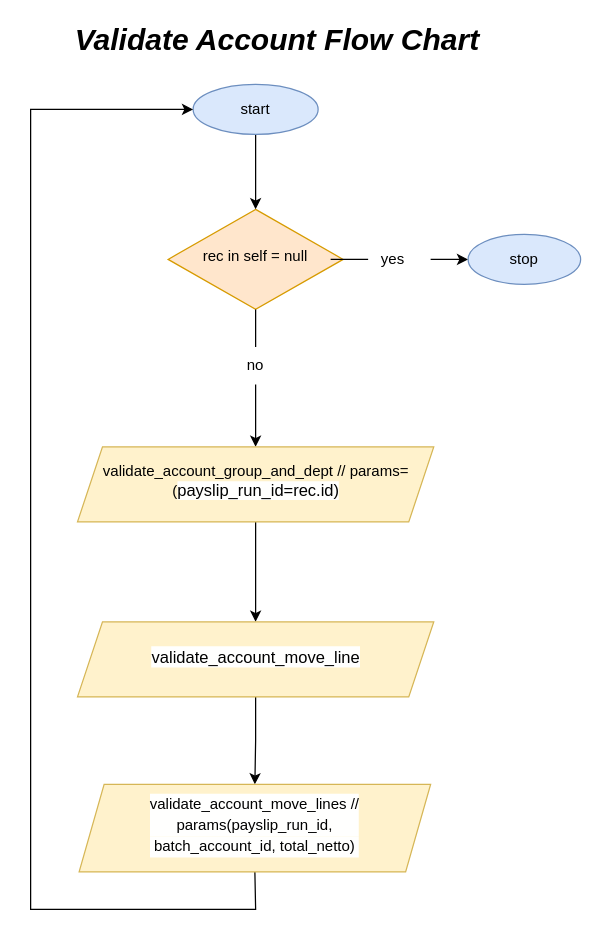
Earlier version of the draw.io diagram Untitled Diagram.drawio (jezreelkosasih/diagram). Source tidied: cells renumbered, new cells numbered last; positions are measured from the earlier drawing's top-left corner, leaving out a move shared by most shapes. Both pictures are drawn from the tidied source at 125%, with x=0, y=0 at pixel (30, 21).
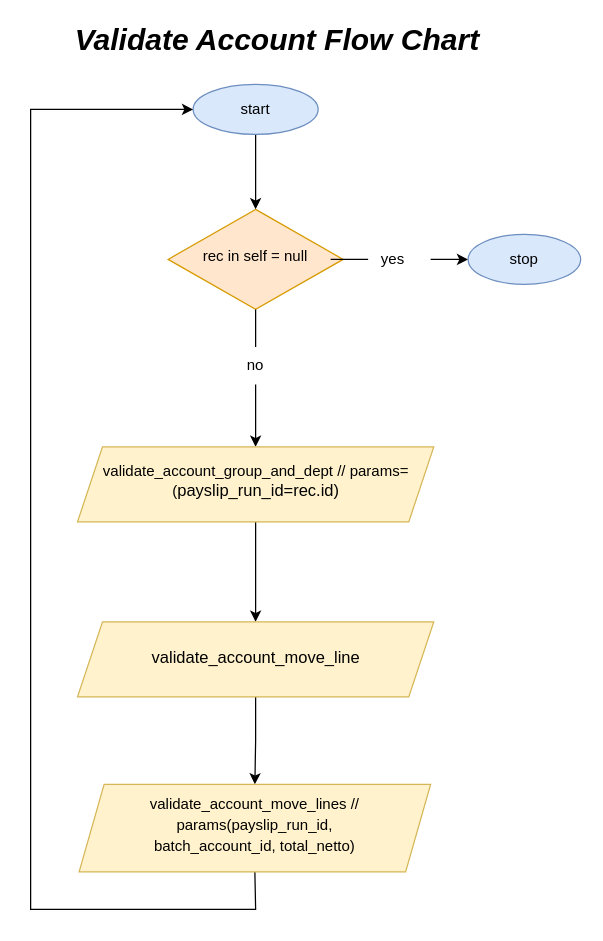
The same page after the edit.

The edit, as a diff of the source:
```diff
@@
-    <mxCell id="8" value="validate_account_group_and_dept // params=(&lt;span style=&quot;background-color: rgb(255, 255, 254); font-size: 13.2px;&quot;&gt;payslip_run_id=rec.id&lt;/span&gt;&lt;span style=&quot;background-color: rgb(255, 255, 254); font-size: 13.2px;&quot;&gt;)&lt;/span&gt;" style="shape=parallelogram;perimeter=parallelogramPerimeter;whiteSpace=wrap;html=1;fixedSize=1;shadow=0;strokeWidth=1;spacing=6;spacingTop=-4;fillColor=#fff2cc;strokeColor=#d6b656;" parent="1" vertex="1">
+    <mxCell id="8" value="validate_account_group_and_dept // params=(&lt;span style=&quot;font-size: 13.2px;&quot;&gt;payslip_run_id=rec.id&lt;/span&gt;&lt;span style=&quot;font-size: 13.2px;&quot;&gt;)&lt;/span&gt;" style="shape=parallelogram;perimeter=parallelogramPerimeter;whiteSpace=wrap;html=1;fixedSize=1;shadow=0;strokeWidth=1;spacing=6;spacingTop=-4;fillColor=#fff2cc;strokeColor=#d6b656;" parent="1" vertex="1">
       <mxGeometry x="37.5" y="340" width="285" height="60" as="geometry" />
     </mxCell>
@@
-    <mxCell id="15" value="&lt;div style=&quot;background-color: rgb(255, 255, 254); font-size: 13.2px; line-height: 17px;&quot;&gt;validate_account_move_line&lt;/div&gt;" style="shape=parallelogram;perimeter=parallelogramPerimeter;whiteSpace=wrap;html=1;fixedSize=1;shadow=0;strokeWidth=1;spacing=6;spacingTop=-4;fillColor=#fff2cc;strokeColor=#d6b656;" parent="1" vertex="1">
+    <mxCell id="15" value="&lt;div style=&quot;font-size: 13.2px; line-height: 17px;&quot;&gt;validate_account_move_line&lt;/div&gt;" style="shape=parallelogram;perimeter=parallelogramPerimeter;whiteSpace=wrap;html=1;fixedSize=1;shadow=0;strokeWidth=1;spacing=6;spacingTop=-4;fillColor=#fff2cc;strokeColor=#d6b656;" parent="1" vertex="1">
       <mxGeometry x="37.5" y="480" width="285" height="60" as="geometry" />
     </mxCell>
@@
-    <mxCell id="18" value="&lt;div style=&quot;background-color: rgb(255, 255, 254); line-height: 17px;&quot;&gt;&lt;font style=&quot;font-size: 12px;&quot;&gt;validate_account_move_lines //&lt;/font&gt;&lt;/div&gt;&lt;div style=&quot;background-color: rgb(255, 255, 254); line-height: 17px;&quot;&gt;&lt;font style=&quot;font-size: 12px;&quot;&gt;&amp;nbsp;params(payslip_run_id,&amp;nbsp;&lt;/font&gt;&lt;/div&gt;&lt;div style=&quot;background-color: rgb(255, 255, 254); line-height: 17px;&quot;&gt;&lt;font style=&quot;font-size: 12px;&quot;&gt;batch_account_id, total_netto)&lt;/font&gt;&lt;/div&gt;" style="shape=parallelogram;perimeter=parallelogramPerimeter;whiteSpace=wrap;html=1;fixedSize=1;shadow=0;strokeWidth=1;spacing=6;spacingTop=-4;fillColor=#fff2cc;strokeColor=#d6b656;" parent="1" vertex="1">
+    <mxCell id="18" value="&lt;div style=&quot;line-height: 17px;&quot;&gt;&lt;font style=&quot;font-size: 12px;&quot;&gt;validate_account_move_lines //&lt;/font&gt;&lt;/div&gt;&lt;div style=&quot;line-height: 17px;&quot;&gt;&lt;font style=&quot;font-size: 12px;&quot;&gt;&amp;nbsp;params(payslip_run_id,&amp;nbsp;&lt;/font&gt;&lt;/div&gt;&lt;div style=&quot;line-height: 17px;&quot;&gt;&lt;font style=&quot;font-size: 12px;&quot;&gt;batch_account_id, total_netto)&lt;/font&gt;&lt;/div&gt;" style="shape=parallelogram;perimeter=parallelogramPerimeter;whiteSpace=wrap;html=1;fixedSize=1;shadow=0;strokeWidth=1;spacing=6;spacingTop=-4;fillColor=#fff2cc;strokeColor=#d6b656;" parent="1" vertex="1">
       <mxGeometry x="38.8" y="610" width="281.2" height="70" as="geometry" />
     </mxCell>
```
